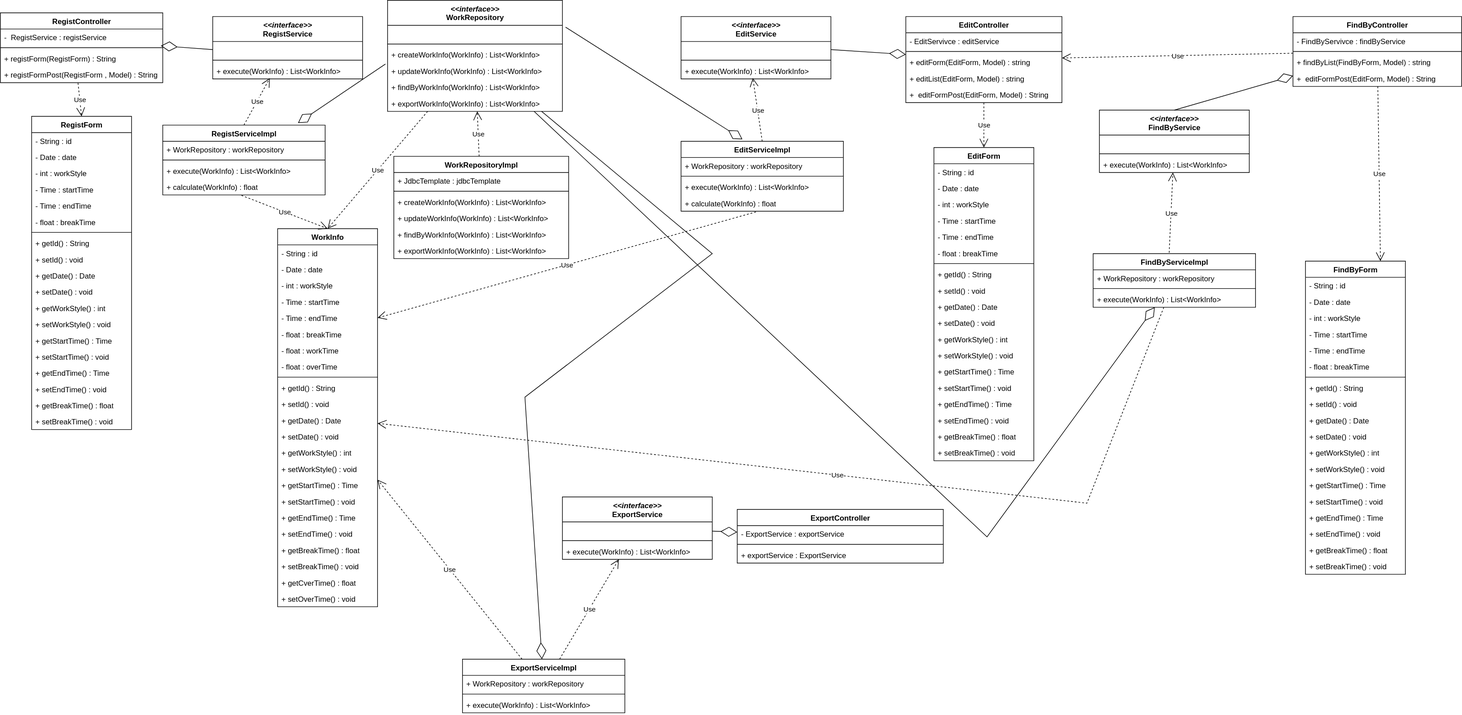
Above: 03_詳細設計/クラス図/WorkRepository_class.drawio.svg in ICT-Training-2026/team-project-15 (draw.io), before the change. Source tidied: cells renumbered, new cells last; positions are measured from the earlier drawing's top-left corner, leaving out a move shared by most shapes.
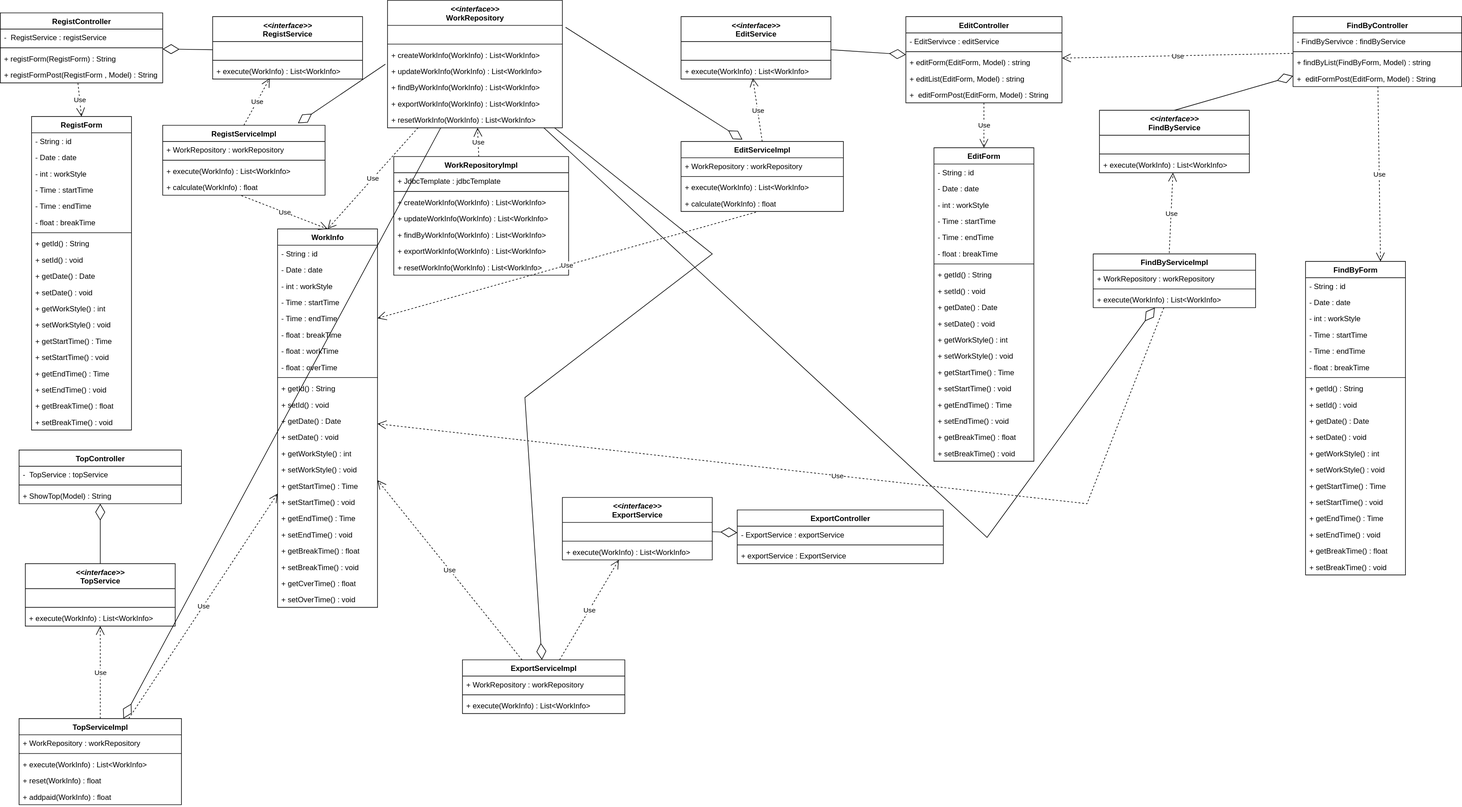
After the change.

Change to the diagram source:
```diff
@@ -77,7 +77,7 @@
     <mxCell id="26" value="Use" style="endArrow=open;endSize=12;dashed=1;html=1;rounded=0;entryX=0.5;entryY=0;entryDx=0;entryDy=0;exitX=0.478;exitY=1.022;exitDx=0;exitDy=0;exitPerimeter=0;" parent="1" edge="1" source="86" target="2">
       <mxGeometry relative="1" as="geometry" />
     </mxCell>
-    <mxCell id="27" style="endArrow=diamondThin;endFill=0;endSize=24;html=1;rounded=0;exitX=0;exitY=0.5;exitDx=0;exitDy=0;entryX=0.988;entryY=0.114;entryDx=0;entryDy=0;entryPerimeter=0;" parent="1" edge="1" source="23" target="84">
+    <mxCell id="27" style="endArrow=diamondThin;endFill=0;endSize=24;html=1;rounded=0;exitX=0;exitY=0.5;exitDx=0;exitDy=0;" parent="1" edge="1" source="23" target="82">
       <mxGeometry relative="1" as="geometry" />
     </mxCell>
     <mxCell id="28" value="RegistServiceImpl" style="swimlane;fontStyle=1;align=center;verticalAlign=top;horizontal=1;startSize=26;whiteSpace=wrap;html=1;" parent="1" vertex="1">
@@ -99,7 +99,7 @@
       <mxGeometry relative="1" as="geometry" />
     </mxCell>
     <mxCell id="34" value="&lt;div&gt;&lt;i&gt;&amp;lt;&amp;lt;interface&amp;gt;&amp;gt;&lt;/i&gt;&lt;/div&gt;WorkRepository" style="swimlane;fontStyle=1;align=center;verticalAlign=top;horizontal=1;startSize=40;whiteSpace=wrap;html=1;" parent="1" vertex="1">
-      <mxGeometry x="620" width="280" height="178" as="geometry" />
+      <mxGeometry x="620" width="280" height="204" as="geometry" />
     </mxCell>
     <mxCell id="35" value="&amp;nbsp;" style="text;strokeColor=none;fillColor=none;align=left;verticalAlign=top;spacingLeft=4;spacingRight=4;overflow=hidden;points=[[0,0.5],[1,0.5]];portConstraint=eastwest;whiteSpace=wrap;html=1;" parent="34" vertex="1">
       <mxGeometry y="40" width="280" height="26" as="geometry" />
@@ -119,11 +119,14 @@
     <mxCell id="40" value="+ exportWorkInfo(WorkInfo) : List&amp;lt;WorkInfo&amp;gt;" style="text;strokeColor=none;fillColor=none;align=left;verticalAlign=top;spacingLeft=4;spacingRight=4;overflow=hidden;whiteSpace=wrap;html=1;" parent="34" vertex="1">
       <mxGeometry y="152" width="280" height="26" as="geometry" />
     </mxCell>
+    <mxCell id="176" value="+ resetWorkInfo(WorkInfo) : List&amp;lt;WorkInfo&amp;gt;" style="text;strokeColor=none;fillColor=none;align=left;verticalAlign=top;spacingLeft=4;spacingRight=4;overflow=hidden;whiteSpace=wrap;html=1;" parent="34" vertex="1">
+      <mxGeometry y="178" width="280" height="26" as="geometry" />
+    </mxCell>
     <mxCell id="41" style="endArrow=diamondThin;endFill=0;endSize=24;html=1;rounded=0;exitX=-0.012;exitY=1.082;exitDx=0;exitDy=0;entryX=0.833;entryY=-0.03;entryDx=0;entryDy=0;entryPerimeter=0;exitPerimeter=0;" parent="1" edge="1" source="37" target="28">
       <mxGeometry relative="1" as="geometry" />
     </mxCell>
     <mxCell id="42" value="WorkRepositoryImpl" style="swimlane;fontStyle=1;align=center;verticalAlign=top;horizontal=1;startSize=26;whiteSpace=wrap;html=1;" parent="1" vertex="1">
-      <mxGeometry x="630" y="250" width="280" height="164" as="geometry" />
+      <mxGeometry x="630" y="250" width="280" height="190" as="geometry" />
     </mxCell>
     <mxCell id="43" value="+ JdbcTemplate : jdbcTemplate" style="text;strokeColor=none;fillColor=none;align=left;verticalAlign=top;spacingLeft=4;spacingRight=4;overflow=hidden;whiteSpace=wrap;html=1;" parent="42" vertex="1">
       <mxGeometry y="26" width="280" height="26" as="geometry" />
@@ -143,6 +146,9 @@
     <mxCell id="48" value="+ exportWorkInfo(WorkInfo) : List&amp;lt;WorkInfo&amp;gt;" style="text;strokeColor=none;fillColor=none;align=left;verticalAlign=top;spacingLeft=4;spacingRight=4;overflow=hidden;whiteSpace=wrap;html=1;" parent="42" vertex="1">
       <mxGeometry y="138" width="280" height="26" as="geometry" />
     </mxCell>
+    <mxCell id="177" value="+ resetWorkInfo(WorkInfo) : List&amp;lt;WorkInfo&amp;gt;" style="text;strokeColor=none;fillColor=none;align=left;verticalAlign=top;spacingLeft=4;spacingRight=4;overflow=hidden;whiteSpace=wrap;html=1;" parent="42" vertex="1">
+      <mxGeometry y="164" width="280" height="26" as="geometry" />
+    </mxCell>
     <mxCell id="49" value="WorkInfo" style="swimlane;fontStyle=1;align=center;verticalAlign=top;horizontal=1;startSize=26;whiteSpace=wrap;html=1;" parent="1" vertex="1">
       <mxGeometry x="444" y="366" width="160" height="606" as="geometry" />
     </mxCell>
@@ -537,5 +543,59 @@
         </Array>
       </mxGeometry>
     </mxCell>
+    <mxCell id="178" value="TopController" style="swimlane;fontStyle=1;align=center;verticalAlign=top;horizontal=1;startSize=26;whiteSpace=wrap;html=1;" parent="1" vertex="1">
+      <mxGeometry x="30" y="720" width="260" height="86" as="geometry" />
+    </mxCell>
+    <mxCell id="179" value="-&amp;nbsp; TopService : topService" style="text;strokeColor=none;fillColor=none;align=left;verticalAlign=top;spacingLeft=4;spacingRight=4;overflow=hidden;whiteSpace=wrap;html=1;" parent="178" vertex="1">
+      <mxGeometry y="26" width="260" height="26" as="geometry" />
+    </mxCell>
+    <mxCell id="180" style="line;strokeWidth=1;fillColor=none;align=left;verticalAlign=middle;spacingTop=-1;spacingLeft=3;spacingRight=3;labelPosition=right;strokeColor=inherit;" parent="178" vertex="1">
+      <mxGeometry y="52" width="260" height="8" as="geometry" />
+    </mxCell>
+    <mxCell id="181" value="+ ShowTop(Model) : String" style="text;strokeColor=none;fillColor=none;align=left;verticalAlign=top;spacingLeft=4;spacingRight=4;overflow=hidden;whiteSpace=wrap;html=1;" parent="178" vertex="1">
+      <mxGeometry y="60" width="260" height="26" as="geometry" />
+    </mxCell>
+    <mxCell id="182" value="&lt;div&gt;&lt;span style=&quot;background-color: transparent; color: light-dark(rgb(0, 0, 0), rgb(255, 255, 255));&quot;&gt;&lt;i&gt;&amp;lt;&amp;lt;interface&amp;gt;&amp;gt;&lt;br&gt;&lt;/i&gt;TopService&lt;/span&gt;&lt;/div&gt;" style="swimlane;fontStyle=1;align=center;verticalAlign=top;horizontal=1;startSize=40;whiteSpace=wrap;html=1;" parent="1" vertex="1">
+      <mxGeometry x="40" y="902" width="240" height="100" as="geometry" />
+    </mxCell>
+    <mxCell id="183" value="&amp;nbsp;" style="text;strokeColor=none;fillColor=none;align=left;verticalAlign=top;spacingLeft=4;spacingRight=4;overflow=hidden;whiteSpace=wrap;html=1;" parent="182" vertex="1">
+      <mxGeometry y="40" width="240" height="26" as="geometry" />
+    </mxCell>
+    <mxCell id="184" style="line;strokeWidth=1;fillColor=none;align=left;verticalAlign=middle;spacingTop=-1;spacingLeft=3;spacingRight=3;labelPosition=right;strokeColor=inherit;" parent="182" vertex="1">
+      <mxGeometry y="66" width="240" height="8" as="geometry" />
+    </mxCell>
+    <mxCell id="185" value="+ execute(WorkInfo) : List&amp;lt;WorkInfo&amp;gt;" style="text;strokeColor=none;fillColor=none;align=left;verticalAlign=top;spacingLeft=4;spacingRight=4;overflow=hidden;whiteSpace=wrap;html=1;" parent="182" vertex="1">
+      <mxGeometry y="74" width="240" height="26" as="geometry" />
+    </mxCell>
+    <mxCell id="186" value="TopServiceImpl" style="swimlane;fontStyle=1;align=center;verticalAlign=top;horizontal=1;startSize=26;whiteSpace=wrap;html=1;" parent="1" vertex="1">
+      <mxGeometry x="30" y="1150" width="260" height="138" as="geometry" />
+    </mxCell>
+    <mxCell id="187" value="+ WorkRepository : workRepository" style="text;strokeColor=none;fillColor=none;align=left;verticalAlign=top;spacingLeft=4;spacingRight=4;overflow=hidden;whiteSpace=wrap;html=1;" parent="186" vertex="1">
+      <mxGeometry y="26" width="260" height="26" as="geometry" />
+    </mxCell>
+    <mxCell id="188" style="line;strokeWidth=1;fillColor=none;align=left;verticalAlign=middle;spacingTop=-1;spacingLeft=3;spacingRight=3;labelPosition=right;strokeColor=inherit;" parent="186" vertex="1">
+      <mxGeometry y="52" width="260" height="8" as="geometry" />
+    </mxCell>
+    <mxCell id="189" value="+ execute(WorkInfo) : List&amp;lt;WorkInfo&amp;gt;" style="text;strokeColor=none;fillColor=none;align=left;verticalAlign=top;spacingLeft=4;spacingRight=4;overflow=hidden;whiteSpace=wrap;html=1;" parent="186" vertex="1">
+      <mxGeometry y="60" width="260" height="26" as="geometry" />
+    </mxCell>
+    <mxCell id="190" value="+ reset(WorkInfo) : float" style="text;strokeColor=none;fillColor=none;align=left;verticalAlign=top;spacingLeft=4;spacingRight=4;overflow=hidden;whiteSpace=wrap;html=1;" parent="186" vertex="1">
+      <mxGeometry y="86" width="260" height="26" as="geometry" />
+    </mxCell>
+    <mxCell id="191" value="+ addpaid(WorkInfo) : float" style="text;strokeColor=none;fillColor=none;align=left;verticalAlign=top;spacingLeft=4;spacingRight=4;overflow=hidden;whiteSpace=wrap;html=1;" parent="186" vertex="1">
+      <mxGeometry y="112" width="260" height="26" as="geometry" />
+    </mxCell>
+    <mxCell id="192" value="Use" style="endArrow=open;endSize=12;dashed=1;html=1;rounded=0;" parent="1" edge="1" source="186" target="182">
+      <mxGeometry relative="1" as="geometry" />
+    </mxCell>
+    <mxCell id="193" style="endArrow=diamondThin;endFill=0;endSize=24;html=1;rounded=0;" parent="1" edge="1" source="182" target="178">
+      <mxGeometry relative="1" as="geometry" />
+    </mxCell>
+    <mxCell id="194" value="Use" style="endArrow=open;endSize=12;dashed=1;html=1;rounded=0;" parent="1" edge="1" source="186" target="49">
+      <mxGeometry relative="1" as="geometry" />
+    </mxCell>
+    <mxCell id="195" style="endArrow=diamondThin;endFill=0;endSize=24;html=1;rounded=0;" parent="1" edge="1" source="34" target="186">
+      <mxGeometry relative="1" as="geometry" />
+    </mxCell>
   </root>
 </mxGraphModel>
```
